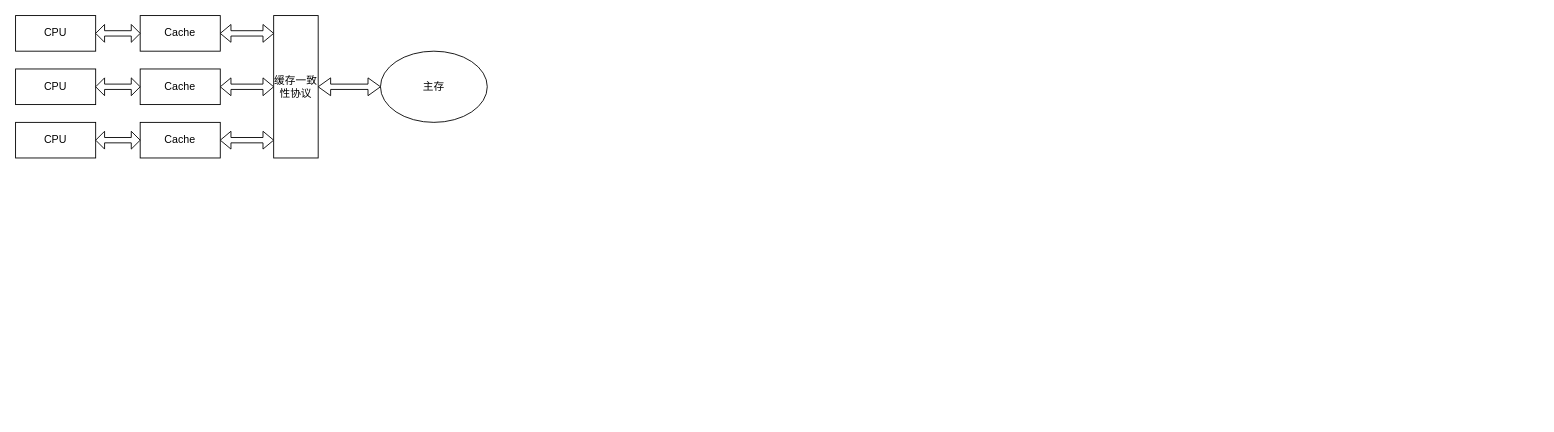
CreateChance/DrawIO keeps this draw.io diagram as java_concurrency.drawio. Above is the earlier version. Source tidied: cells renumbered, new cells numbered last; positions are measured from the earlier drawing's top-left corner, leaving out a move shared by most shapes. Both pictures are drawn from the tidied source at 89%, with x=0, y=0 at pixel (15, 15).
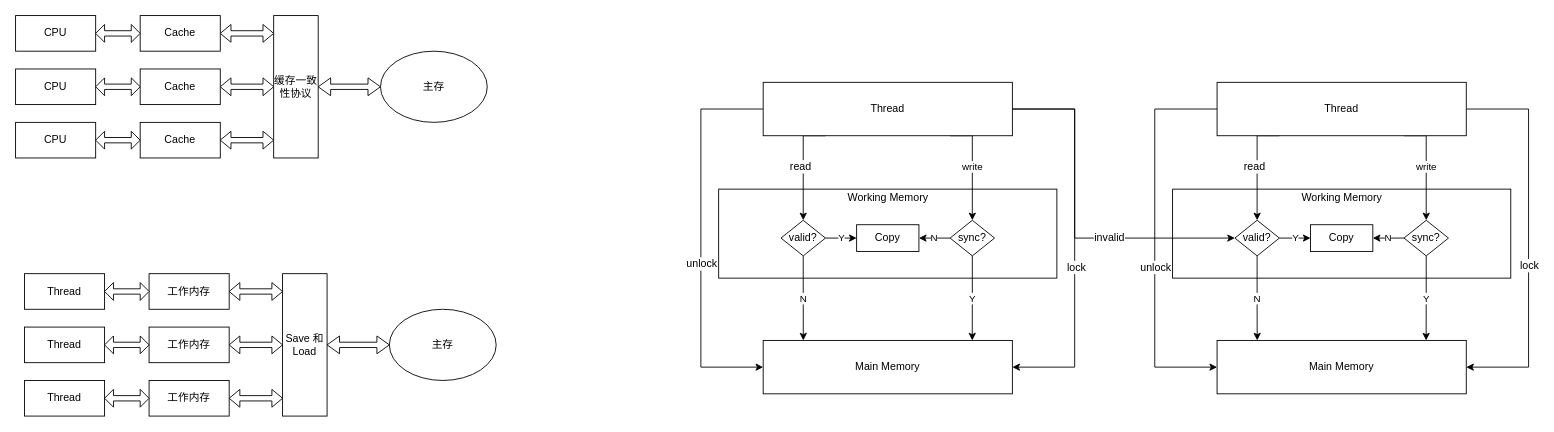
Above is the later version.

Change to the diagram source:
```diff
@@
+    <mxCell id="17" style="rounded=0;whiteSpace=wrap;html=1;" parent="1" vertex="1">
+      <mxGeometry x="1300" y="195" width="380" height="100" as="geometry" />
+    </mxCell>
+    <mxCell id="18" style="rounded=0;whiteSpace=wrap;html=1;" parent="1" vertex="1">
+      <mxGeometry x="790" y="195" width="380" height="100" as="geometry" />
+    </mxCell>
@@
+    <mxCell id="19" value="Thread" style="rounded=0;whiteSpace=wrap;html=1;" parent="1" vertex="1">
+      <mxGeometry x="10" y="290" width="90" height="40" as="geometry" />
+    </mxCell>
+    <mxCell id="20" value="Thread" style="rounded=0;whiteSpace=wrap;html=1;" parent="1" vertex="1">
+      <mxGeometry x="10" y="350" width="90" height="40" as="geometry" />
+    </mxCell>
+    <mxCell id="21" value="Thread" style="rounded=0;whiteSpace=wrap;html=1;" parent="1" vertex="1">
+      <mxGeometry x="10" y="410" width="90" height="40" as="geometry" />
+    </mxCell>
+    <mxCell id="22" value="工作内存" style="rounded=0;whiteSpace=wrap;html=1;" parent="1" vertex="1">
+      <mxGeometry x="150" y="290" width="90" height="40" as="geometry" />
+    </mxCell>
+    <mxCell id="23" value="工作内存" style="rounded=0;whiteSpace=wrap;html=1;" parent="1" vertex="1">
+      <mxGeometry x="150" y="350" width="90" height="40" as="geometry" />
+    </mxCell>
+    <mxCell id="24" value="工作内存" style="rounded=0;whiteSpace=wrap;html=1;" parent="1" vertex="1">
+      <mxGeometry x="150" y="410" width="90" height="40" as="geometry" />
+    </mxCell>
+    <mxCell id="25" value="Save 和 Load" style="rounded=0;whiteSpace=wrap;html=1;" parent="1" vertex="1">
+      <mxGeometry x="300" y="290" width="50" height="160" as="geometry" />
+    </mxCell>
+    <mxCell id="26" value="主存" style="ellipse;whiteSpace=wrap;html=1;" parent="1" vertex="1">
+      <mxGeometry x="420" y="330" width="120" height="80" as="geometry" />
+    </mxCell>
+    <mxCell id="27" style="shape=doubleArrow;whiteSpace=wrap;html=1;" parent="1" vertex="1">
+      <mxGeometry x="100" y="300" width="50" height="20" as="geometry" />
+    </mxCell>
+    <mxCell id="28" style="shape=doubleArrow;whiteSpace=wrap;html=1;" parent="1" vertex="1">
+      <mxGeometry x="100" y="360" width="50" height="20" as="geometry" />
+    </mxCell>
+    <mxCell id="29" style="shape=doubleArrow;whiteSpace=wrap;html=1;" parent="1" vertex="1">
+      <mxGeometry x="100" y="420" width="50" height="20" as="geometry" />
+    </mxCell>
+    <mxCell id="30" style="shape=doubleArrow;whiteSpace=wrap;html=1;" parent="1" vertex="1">
+      <mxGeometry x="240" y="300" width="60" height="20" as="geometry" />
+    </mxCell>
+    <mxCell id="31" style="shape=doubleArrow;whiteSpace=wrap;html=1;" parent="1" vertex="1">
+      <mxGeometry x="240" y="360" width="60" height="20" as="geometry" />
+    </mxCell>
+    <mxCell id="32" style="shape=doubleArrow;whiteSpace=wrap;html=1;" parent="1" vertex="1">
+      <mxGeometry x="240" y="420" width="60" height="20" as="geometry" />
+    </mxCell>
+    <mxCell id="33" style="shape=doubleArrow;whiteSpace=wrap;html=1;" parent="1" vertex="1">
+      <mxGeometry x="350" y="360" width="70" height="20" as="geometry" />
+    </mxCell>
+    <mxCell id="34" style="edgeStyle=orthogonalEdgeStyle;rounded=0;jettySize=auto;html=1;exitX=0;exitY=0.5;exitDx=0;exitDy=0;entryX=0;entryY=0.5;entryDx=0;entryDy=0;" parent="1" edge="1" source="43" target="44">
+      <mxGeometry relative="1" as="geometry">
+        <Array as="points">
+          <mxPoint x="770" y="105" />
+          <mxPoint x="770" y="395" />
+        </Array>
+      </mxGeometry>
+    </mxCell>
+    <mxCell id="35" value="unlock" style="text;html=1;align=center;verticalAlign=middle;labelBackgroundColor=#ffffff;" parent="34" vertex="1">
+      <mxGeometry x="0.16" relative="1" as="geometry">
+        <mxPoint y="-6" as="offset" />
+      </mxGeometry>
+    </mxCell>
+    <mxCell id="36" style="edgeStyle=orthogonalEdgeStyle;rounded=0;jettySize=auto;html=1;exitX=0.25;exitY=1;exitDx=0;exitDy=0;entryX=0.5;entryY=0;entryDx=0;entryDy=0;" parent="1" edge="1" source="43" target="47">
+      <mxGeometry relative="1" as="geometry">
+        <Array as="points">
+          <mxPoint x="885" y="135" />
+        </Array>
+      </mxGeometry>
+    </mxCell>
+    <mxCell id="37" value="read" style="text;html=1;align=center;verticalAlign=middle;labelBackgroundColor=#ffffff;" parent="36" vertex="1">
+      <mxGeometry x="-0.2" y="-2" relative="1" as="geometry">
+        <mxPoint x="-2" y="11" as="offset" />
+      </mxGeometry>
+    </mxCell>
+    <mxCell id="38" value="write" style="edgeStyle=orthogonalEdgeStyle;rounded=0;jettySize=auto;html=1;exitX=0.75;exitY=1;exitDx=0;exitDy=0;entryX=0.5;entryY=0;entryDx=0;entryDy=0;" parent="1" edge="1" source="43" target="51">
+      <mxGeometry relative="1" as="geometry">
+        <Array as="points">
+          <mxPoint x="1075" y="135" />
+        </Array>
+      </mxGeometry>
+    </mxCell>
+    <mxCell id="39" style="edgeStyle=orthogonalEdgeStyle;rounded=0;jettySize=auto;html=1;exitX=1;exitY=0.5;exitDx=0;exitDy=0;entryX=0;entryY=0.5;entryDx=0;entryDy=0;" parent="1" edge="1" source="43" target="64">
+      <mxGeometry relative="1" as="geometry">
+        <Array as="points">
+          <mxPoint x="1190" y="105" />
+          <mxPoint x="1190" y="250" />
+        </Array>
+      </mxGeometry>
+    </mxCell>
+    <mxCell id="40" value="invalid" style="text;html=1;align=center;verticalAlign=middle;labelBackgroundColor=#ffffff;" parent="39" vertex="1">
+      <mxGeometry x="0.28" y="1" relative="1" as="geometry" />
+    </mxCell>
+    <mxCell id="41" style="edgeStyle=orthogonalEdgeStyle;rounded=0;jettySize=auto;html=1;exitX=1;exitY=0.5;exitDx=0;exitDy=0;entryX=1;entryY=0.5;entryDx=0;entryDy=0;" parent="1" edge="1" source="43" target="44">
+      <mxGeometry relative="1" as="geometry">
+        <Array as="points">
+          <mxPoint x="1190" y="105" />
+          <mxPoint x="1190" y="395" />
+        </Array>
+      </mxGeometry>
+    </mxCell>
+    <mxCell id="42" value="lock" style="text;html=1;align=center;verticalAlign=middle;labelBackgroundColor=#ffffff;" parent="41" vertex="1">
+      <mxGeometry x="0.15" y="1" relative="1" as="geometry" />
+    </mxCell>
+    <mxCell id="43" value="Thread" style="rounded=0;whiteSpace=wrap;html=1;" parent="1" vertex="1">
+      <mxGeometry x="840" y="75" width="280" height="60" as="geometry" />
+    </mxCell>
+    <mxCell id="44" value="Main Memory" style="rounded=0;whiteSpace=wrap;html=1;" parent="1" vertex="1">
+      <mxGeometry x="840" y="365" width="280" height="60" as="geometry" />
+    </mxCell>
+    <mxCell id="45" value="Y" style="edgeStyle=orthogonalEdgeStyle;rounded=0;jettySize=auto;html=1;exitX=1;exitY=0.5;exitDx=0;exitDy=0;entryX=0;entryY=0.5;entryDx=0;entryDy=0;" parent="1" edge="1" source="47" target="48">
+      <mxGeometry relative="1" as="geometry" />
+    </mxCell>
+    <mxCell id="46" value="N" style="edgeStyle=orthogonalEdgeStyle;rounded=0;jettySize=auto;html=1;exitX=0.5;exitY=1;exitDx=0;exitDy=0;entryX=0.161;entryY=0;entryDx=0;entryDy=0;entryPerimeter=0;" parent="1" edge="1" source="47" target="44">
+      <mxGeometry relative="1" as="geometry" />
+    </mxCell>
+    <mxCell id="47" value="valid?" style="rhombus;whiteSpace=wrap;html=1;" parent="1" vertex="1">
+      <mxGeometry x="860" y="230" width="50" height="40" as="geometry" />
+    </mxCell>
+    <mxCell id="48" value="Copy" style="rounded=0;whiteSpace=wrap;html=1;" parent="1" vertex="1">
+      <mxGeometry x="945" y="235" width="70" height="30" as="geometry" />
+    </mxCell>
+    <mxCell id="49" value="N" style="edgeStyle=orthogonalEdgeStyle;rounded=0;jettySize=auto;html=1;exitX=0;exitY=0.5;exitDx=0;exitDy=0;entryX=1;entryY=0.5;entryDx=0;entryDy=0;" parent="1" edge="1" source="51" target="48">
+      <mxGeometry relative="1" as="geometry" />
+    </mxCell>
+    <mxCell id="50" value="Y" style="edgeStyle=orthogonalEdgeStyle;rounded=0;jettySize=auto;html=1;exitX=0.5;exitY=1;exitDx=0;exitDy=0;entryX=0.839;entryY=0;entryDx=0;entryDy=0;entryPerimeter=0;" parent="1" edge="1" source="51" target="44">
+      <mxGeometry relative="1" as="geometry" />
+    </mxCell>
+    <mxCell id="51" value="sync?" style="rhombus;whiteSpace=wrap;html=1;" parent="1" vertex="1">
+      <mxGeometry x="1050" y="230" width="50" height="40" as="geometry" />
+    </mxCell>
+    <mxCell id="52" value="Working Memory" style="text;html=1;align=center;verticalAlign=middle;fillColor=none;strokeColor=none;rounded=0;" parent="1" vertex="1">
+      <mxGeometry x="925" y="195" width="110" height="20" as="geometry" />
+    </mxCell>
+    <mxCell id="53" style="edgeStyle=orthogonalEdgeStyle;rounded=0;jettySize=auto;html=1;exitX=0.25;exitY=1;exitDx=0;exitDy=0;entryX=0.5;entryY=0;entryDx=0;entryDy=0;" parent="1" edge="1" source="60" target="64">
+      <mxGeometry relative="1" as="geometry">
+        <Array as="points">
+          <mxPoint x="1395" y="135" />
+        </Array>
+      </mxGeometry>
+    </mxCell>
+    <mxCell id="54" value="read" style="text;html=1;align=center;verticalAlign=middle;labelBackgroundColor=#ffffff;" parent="53" vertex="1">
+      <mxGeometry x="-0.2" y="-2" relative="1" as="geometry">
+        <mxPoint x="-2" y="11" as="offset" />
+      </mxGeometry>
+    </mxCell>
+    <mxCell id="55" value="write" style="edgeStyle=orthogonalEdgeStyle;rounded=0;jettySize=auto;html=1;exitX=0.75;exitY=1;exitDx=0;exitDy=0;entryX=0.5;entryY=0;entryDx=0;entryDy=0;" parent="1" edge="1" source="60" target="68">
+      <mxGeometry relative="1" as="geometry">
+        <Array as="points">
+          <mxPoint x="1585" y="135" />
+        </Array>
+      </mxGeometry>
+    </mxCell>
+    <mxCell id="56" style="edgeStyle=orthogonalEdgeStyle;rounded=0;jettySize=auto;html=1;exitX=0;exitY=0.5;exitDx=0;exitDy=0;entryX=0;entryY=0.5;entryDx=0;entryDy=0;" parent="1" edge="1" source="60" target="61">
+      <mxGeometry relative="1" as="geometry">
+        <Array as="points">
+          <mxPoint x="1280" y="105" />
+          <mxPoint x="1280" y="395" />
+        </Array>
+      </mxGeometry>
+    </mxCell>
+    <mxCell id="57" value="unlock" style="text;html=1;align=center;verticalAlign=middle;labelBackgroundColor=#ffffff;" parent="56" vertex="1">
+      <mxGeometry x="0.15" relative="1" as="geometry" />
+    </mxCell>
+    <mxCell id="58" style="edgeStyle=orthogonalEdgeStyle;rounded=0;jettySize=auto;html=1;exitX=1;exitY=0.5;exitDx=0;exitDy=0;entryX=1;entryY=0.5;entryDx=0;entryDy=0;" parent="1" edge="1" source="60" target="61">
+      <mxGeometry relative="1" as="geometry">
+        <Array as="points">
+          <mxPoint x="1700" y="105" />
+          <mxPoint x="1700" y="395" />
+        </Array>
+      </mxGeometry>
+    </mxCell>
+    <mxCell id="59" value="lock" style="text;html=1;align=center;verticalAlign=middle;labelBackgroundColor=#ffffff;" parent="58" vertex="1">
+      <mxGeometry x="0.14" relative="1" as="geometry" />
+    </mxCell>
+    <mxCell id="60" value="Thread" style="rounded=0;whiteSpace=wrap;html=1;" parent="1" vertex="1">
+      <mxGeometry x="1350" y="75" width="280" height="60" as="geometry" />
+    </mxCell>
+    <mxCell id="61" value="Main Memory" style="rounded=0;whiteSpace=wrap;html=1;" parent="1" vertex="1">
+      <mxGeometry x="1350" y="365" width="280" height="60" as="geometry" />
+    </mxCell>
+    <mxCell id="62" value="Y" style="edgeStyle=orthogonalEdgeStyle;rounded=0;jettySize=auto;html=1;exitX=1;exitY=0.5;exitDx=0;exitDy=0;entryX=0;entryY=0.5;entryDx=0;entryDy=0;" parent="1" edge="1" source="64" target="65">
+      <mxGeometry relative="1" as="geometry" />
+    </mxCell>
+    <mxCell id="63" value="N" style="edgeStyle=orthogonalEdgeStyle;rounded=0;jettySize=auto;html=1;exitX=0.5;exitY=1;exitDx=0;exitDy=0;entryX=0.161;entryY=0;entryDx=0;entryDy=0;entryPerimeter=0;" parent="1" edge="1" source="64" target="61">
+      <mxGeometry relative="1" as="geometry" />
+    </mxCell>
+    <mxCell id="64" value="valid?" style="rhombus;whiteSpace=wrap;html=1;" parent="1" vertex="1">
+      <mxGeometry x="1370" y="230" width="50" height="40" as="geometry" />
+    </mxCell>
+    <mxCell id="65" value="Copy" style="rounded=0;whiteSpace=wrap;html=1;" parent="1" vertex="1">
+      <mxGeometry x="1455" y="235" width="70" height="30" as="geometry" />
+    </mxCell>
+    <mxCell id="66" value="N" style="edgeStyle=orthogonalEdgeStyle;rounded=0;jettySize=auto;html=1;exitX=0;exitY=0.5;exitDx=0;exitDy=0;entryX=1;entryY=0.5;entryDx=0;entryDy=0;" parent="1" edge="1" source="68" target="65">
+      <mxGeometry relative="1" as="geometry" />
+    </mxCell>
+    <mxCell id="67" value="Y" style="edgeStyle=orthogonalEdgeStyle;rounded=0;jettySize=auto;html=1;exitX=0.5;exitY=1;exitDx=0;exitDy=0;entryX=0.839;entryY=0;entryDx=0;entryDy=0;entryPerimeter=0;" parent="1" edge="1" source="68" target="61">
+      <mxGeometry relative="1" as="geometry" />
+    </mxCell>
+    <mxCell id="68" value="sync?" style="rhombus;whiteSpace=wrap;html=1;" parent="1" vertex="1">
+      <mxGeometry x="1560" y="230" width="50" height="40" as="geometry" />
+    </mxCell>
+    <mxCell id="69" value="Working Memory" style="text;html=1;align=center;verticalAlign=middle;fillColor=none;strokeColor=none;rounded=0;" parent="1" vertex="1">
+      <mxGeometry x="1435" y="195" width="110" height="20" as="geometry" />
+    </mxCell>
```
